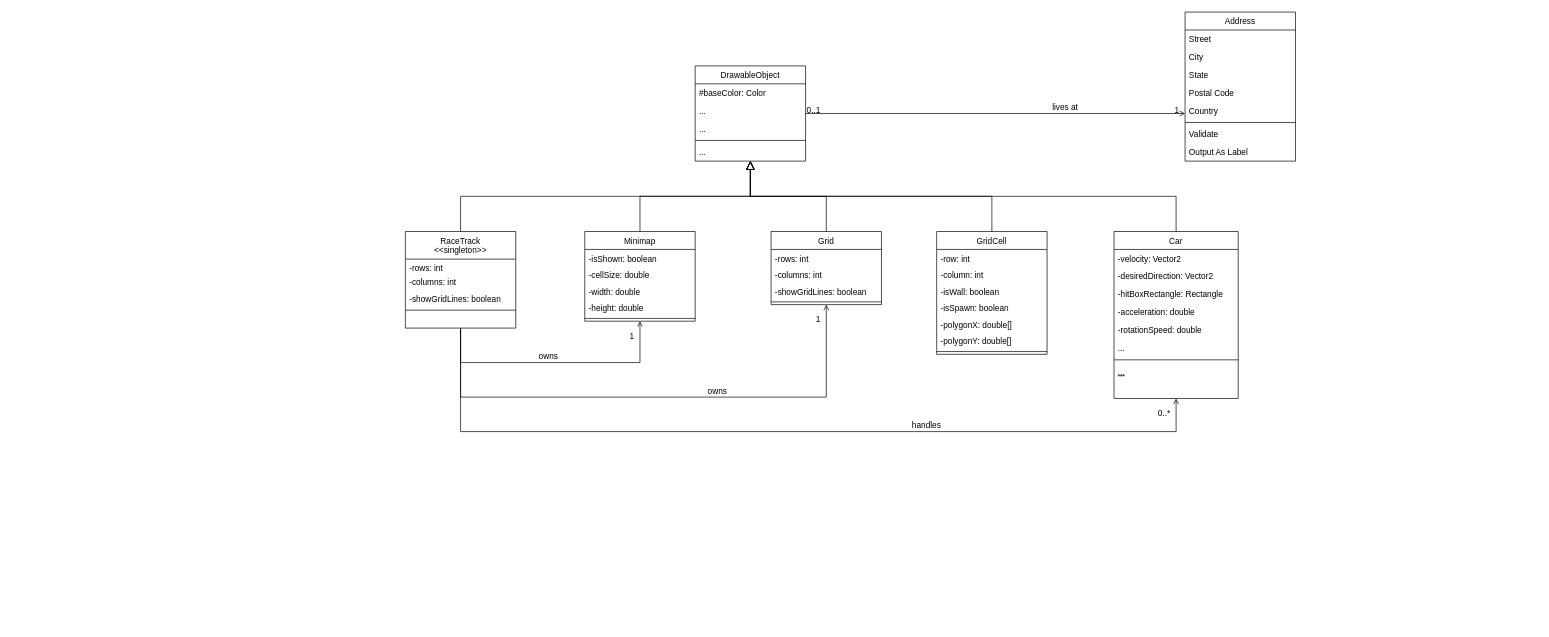
Before: Class_Diagramm.drawio in CommittingTreasonForGreatReason/NeuralNetwork2DCarController, a draw.io diagram. Source tidied: cells renumbered, new cells numbered last; positions are measured from the earlier drawing's top-left corner, leaving out a move shared by most shapes. Both pictures are drawn from the tidied source at 69%, with x=0, y=0 at pixel (405, 12).
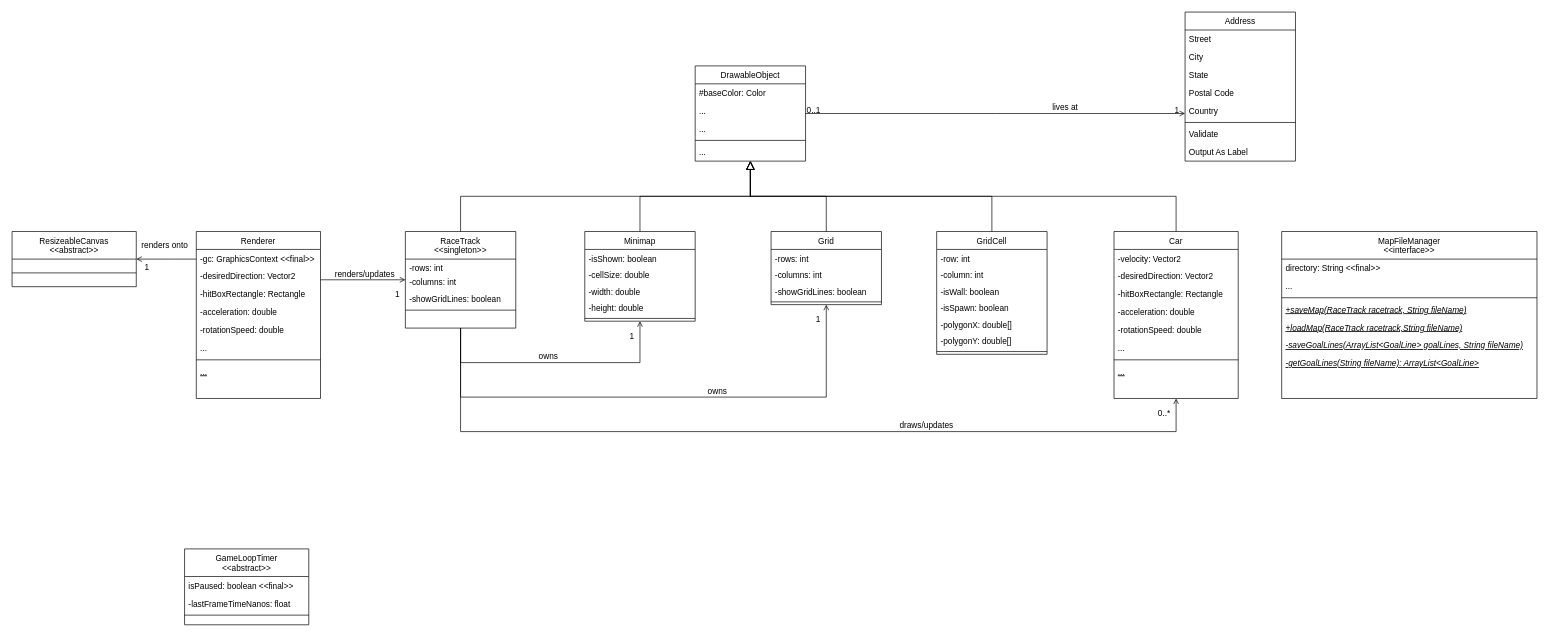
The same diagram, later.

Commit message (it also covers changes not shown here):
updated class diagramm (WIP)

The change refers to these unchanged cells:
```xml
<mxCell id="53" value="RaceTrack &#10;&lt;&lt;singleton&gt;&gt;" style="swimlane;fontStyle=0;align=center;verticalAlign=top;horizontal=1;startSize=40;rounded=0;shadow=0;strokeWidth=1;" parent="1" vertex="1">
  <mxGeometry y="318" width="160" height="140" as="geometry" />
</mxCell>
<mxCell id="67" style="endArrow=open;shadow=0;strokeWidth=1;rounded=0;endFill=1;edgeStyle=elbowEdgeStyle;elbow=vertical;" parent="1" edge="1" source="53" target="8">
  <mxGeometry x="0.5" y="41" relative="1" as="geometry">
    <Array as="points">
      <mxPoint x="600" y="608" />
    </Array>
    <mxPoint x="-40" y="32" as="offset" />
  </mxGeometry>
</mxCell>
```

What changed in the source:
```diff
@@
-    <mxCell id="70" value="handles" style="text;html=1;align=center;verticalAlign=middle;labelBackgroundColor=none;rounded=0;shadow=0;strokeWidth=1;fontSize=12;" parent="67" vertex="1">
+    <mxCell id="70" value="draws/updates" style="text;html=1;align=center;verticalAlign=middle;labelBackgroundColor=none;rounded=0;shadow=0;strokeWidth=1;fontSize=12;" parent="67" vertex="1">
       <mxGeometry x="0.5" y="49" relative="1" as="geometry">
         <mxPoint x="-102" y="40" as="offset" />
       </mxGeometry>
     </mxCell>
+    <mxCell id="71" value="MapFileManager&#10;&lt;&lt;interface&gt;&gt;" style="swimlane;fontStyle=0;align=center;verticalAlign=top;horizontal=1;startSize=40;rounded=0;shadow=0;strokeWidth=1;" parent="1" vertex="1">
+      <mxGeometry x="1270" y="318" width="370" height="242" as="geometry" />
+    </mxCell>
+    <mxCell id="72" value="directory: String &lt;&lt;final&gt;&gt;" style="text;align=left;verticalAlign=top;spacingLeft=4;spacingRight=4;overflow=hidden;rounded=0;shadow=0;html=0;" parent="71" vertex="1">
+      <mxGeometry y="40" width="370" height="26" as="geometry" />
+    </mxCell>
+    <mxCell id="73" value="..." style="text;align=left;verticalAlign=top;spacingLeft=4;spacingRight=4;overflow=hidden;rounded=0;shadow=0;html=0;" parent="71" vertex="1">
+      <mxGeometry y="66" width="370" height="26" as="geometry" />
+    </mxCell>
+    <mxCell id="74" style="line;html=1;strokeWidth=1;align=left;verticalAlign=middle;spacingTop=-1;spacingLeft=3;spacingRight=3;labelPosition=right;" parent="71" vertex="1">
+      <mxGeometry y="92" width="370" height="8" as="geometry" />
+    </mxCell>
+    <mxCell id="75" value="+saveMap(RaceTrack racetrack, String fileName)" style="text;align=left;verticalAlign=top;spacingLeft=4;spacingRight=4;overflow=hidden;fontStyle=6;" parent="71" vertex="1">
+      <mxGeometry y="100" width="370" height="26" as="geometry" />
+    </mxCell>
+    <mxCell id="76" value="+loadMap(RaceTrack racetrack,String fileName)" style="text;align=left;verticalAlign=top;spacingLeft=4;spacingRight=4;overflow=hidden;fontStyle=6;" parent="71" vertex="1">
+      <mxGeometry y="126" width="370" height="26" as="geometry" />
+    </mxCell>
+    <mxCell id="77" value="-saveGoalLines(ArrayList&lt;GoalLine&gt; goalLines, String fileName)" style="text;align=left;verticalAlign=top;spacingLeft=4;spacingRight=4;overflow=hidden;fontStyle=6;" parent="71" vertex="1">
+      <mxGeometry y="152" width="370" height="26" as="geometry" />
+    </mxCell>
+    <mxCell id="78" value="-getGoalLines(String fileName): ArrayList&lt;GoalLine&gt;" style="text;align=left;verticalAlign=top;spacingLeft=4;spacingRight=4;overflow=hidden;fontStyle=6;" parent="71" vertex="1">
+      <mxGeometry y="178" width="370" height="26" as="geometry" />
+    </mxCell>
+    <mxCell id="79" value="GameLoopTimer&#10;&lt;&lt;abstract&gt;&gt;" style="swimlane;fontStyle=0;align=center;verticalAlign=top;horizontal=1;startSize=40;rounded=0;shadow=0;strokeWidth=1;" parent="1" vertex="1">
+      <mxGeometry x="-320" y="778" width="180" height="110" as="geometry" />
+    </mxCell>
+    <mxCell id="80" value="isPaused: boolean &lt;&lt;final&gt;&gt;" style="text;align=left;verticalAlign=top;spacingLeft=4;spacingRight=4;overflow=hidden;" parent="79" vertex="1">
+      <mxGeometry y="40" width="180" height="26" as="geometry" />
+    </mxCell>
+    <mxCell id="81" value="-lastFrameTimeNanos: float" style="text;align=left;verticalAlign=top;spacingLeft=4;spacingRight=4;overflow=hidden;" parent="79" vertex="1">
+      <mxGeometry y="66" width="180" height="26" as="geometry" />
+    </mxCell>
+    <mxCell id="82" style="line;html=1;strokeWidth=1;align=left;verticalAlign=middle;spacingTop=-1;spacingLeft=3;spacingRight=3;labelPosition=right;" parent="79" vertex="1">
+      <mxGeometry y="92" width="180" height="8" as="geometry" />
+    </mxCell>
+    <mxCell id="83" value="Renderer" style="swimlane;fontStyle=0;align=center;verticalAlign=top;horizontal=1;startSize=26;rounded=0;shadow=0;strokeWidth=1;" parent="1" vertex="1">
+      <mxGeometry x="-303" y="318" width="180" height="242" as="geometry" />
+    </mxCell>
+    <mxCell id="84" value="-gc: GraphicsContext &lt;&lt;final&gt;&gt;" style="text;align=left;verticalAlign=top;spacingLeft=4;spacingRight=4;overflow=hidden;" parent="83" vertex="1">
+      <mxGeometry y="26" width="180" height="26" as="geometry" />
+    </mxCell>
+    <mxCell id="85" value="-desiredDirection: Vector2" style="text;align=left;verticalAlign=top;spacingLeft=4;spacingRight=4;overflow=hidden;rounded=0;shadow=0;html=0;" parent="83" vertex="1">
+      <mxGeometry y="52" width="180" height="26" as="geometry" />
+    </mxCell>
+    <mxCell id="86" value="-hitBoxRectangle: Rectangle" style="text;align=left;verticalAlign=top;spacingLeft=4;spacingRight=4;overflow=hidden;rounded=0;shadow=0;html=0;" parent="83" vertex="1">
+      <mxGeometry y="78" width="180" height="26" as="geometry" />
+    </mxCell>
+    <mxCell id="87" value="-acceleration: double" style="text;align=left;verticalAlign=top;spacingLeft=4;spacingRight=4;overflow=hidden;rounded=0;shadow=0;html=0;" parent="83" vertex="1">
+      <mxGeometry y="104" width="180" height="26" as="geometry" />
+    </mxCell>
+    <mxCell id="88" value="-rotationSpeed: double" style="text;align=left;verticalAlign=top;spacingLeft=4;spacingRight=4;overflow=hidden;rounded=0;shadow=0;html=0;" parent="83" vertex="1">
+      <mxGeometry y="130" width="180" height="26" as="geometry" />
+    </mxCell>
+    <mxCell id="89" value="..." style="text;align=left;verticalAlign=top;spacingLeft=4;spacingRight=4;overflow=hidden;rounded=0;shadow=0;html=0;" parent="83" vertex="1">
+      <mxGeometry y="156" width="180" height="26" as="geometry" />
+    </mxCell>
+    <mxCell id="90" style="line;html=1;strokeWidth=1;align=left;verticalAlign=middle;spacingTop=-1;spacingLeft=3;spacingRight=3;labelPosition=right;" parent="83" vertex="1">
+      <mxGeometry y="182" width="180" height="8" as="geometry" />
+    </mxCell>
+    <mxCell id="91" value="..." style="text;align=left;verticalAlign=top;spacingLeft=4;spacingRight=4;overflow=hidden;fontStyle=4;" parent="83" vertex="1">
+      <mxGeometry y="190" width="180" height="26" as="geometry" />
+    </mxCell>
+    <mxCell id="92" value="ResizeableCanvas&#10;&lt;&lt;abstract&gt;&gt;" style="swimlane;fontStyle=0;align=center;verticalAlign=top;horizontal=1;startSize=40;rounded=0;shadow=0;strokeWidth=1;" parent="1" vertex="1">
+      <mxGeometry x="-570" y="318" width="180" height="80" as="geometry" />
+    </mxCell>
+    <mxCell id="93" style="line;html=1;strokeWidth=1;align=left;verticalAlign=middle;spacingTop=-1;spacingLeft=3;spacingRight=3;labelPosition=right;" parent="92" vertex="1">
+      <mxGeometry y="40" width="180" height="40" as="geometry" />
+    </mxCell>
+    <mxCell id="94" style="endArrow=open;shadow=0;strokeWidth=1;rounded=0;endFill=1;edgeStyle=elbowEdgeStyle;elbow=vertical;" parent="1" edge="1" source="83" target="53">
+      <mxGeometry x="0.5" y="41" relative="1" as="geometry">
+        <Array as="points">
+          <mxPoint x="-60" y="388" />
+        </Array>
+        <mxPoint x="-40" y="32" as="offset" />
+      </mxGeometry>
+    </mxCell>
+    <mxCell id="95" style="align=left;verticalAlign=bottom;labelBackgroundColor=none;fontSize=12;" parent="94" vertex="1">
+      <mxGeometry x="-1" relative="1" as="geometry">
+        <mxPoint y="20" as="offset" />
+      </mxGeometry>
+    </mxCell>
+    <mxCell id="96" value="1" style="align=right;verticalAlign=bottom;labelBackgroundColor=none;fontSize=12;" parent="94" vertex="1">
+      <mxGeometry x="1" relative="1" as="geometry">
+        <mxPoint x="-7" y="30" as="offset" />
+      </mxGeometry>
+    </mxCell>
+    <mxCell id="97" value="renders/updates" style="text;html=1;align=center;verticalAlign=middle;labelBackgroundColor=none;rounded=0;shadow=0;strokeWidth=1;fontSize=12;" parent="94" vertex="1">
+      <mxGeometry x="0.5" y="49" relative="1" as="geometry">
+        <mxPoint x="-29" y="40" as="offset" />
+      </mxGeometry>
+    </mxCell>
+    <mxCell id="98" style="endArrow=open;shadow=0;strokeWidth=1;rounded=0;endFill=1;edgeStyle=elbowEdgeStyle;elbow=vertical;" parent="1" edge="1" source="83" target="92">
+      <mxGeometry x="0.5" y="41" relative="1" as="geometry">
+        <Array as="points">
+          <mxPoint x="-340" y="358" />
+        </Array>
+        <mxPoint x="-40" y="32" as="offset" />
+      </mxGeometry>
+    </mxCell>
+    <mxCell id="99" style="align=left;verticalAlign=bottom;labelBackgroundColor=none;fontSize=12;" parent="98" vertex="1">
+      <mxGeometry x="-1" relative="1" as="geometry">
+        <mxPoint y="20" as="offset" />
+      </mxGeometry>
+    </mxCell>
+    <mxCell id="100" value="1" style="align=right;verticalAlign=bottom;labelBackgroundColor=none;fontSize=12;" parent="98" vertex="1">
+      <mxGeometry x="1" relative="1" as="geometry">
+        <mxPoint x="20" y="20" as="offset" />
+      </mxGeometry>
+    </mxCell>
+    <mxCell id="101" value="renders onto" style="text;html=1;align=center;verticalAlign=middle;labelBackgroundColor=none;rounded=0;shadow=0;strokeWidth=1;fontSize=12;" parent="98" vertex="1">
+      <mxGeometry x="0.5" y="49" relative="1" as="geometry">
+        <mxPoint x="18" y="-69" as="offset" />
+      </mxGeometry>
+    </mxCell>
```
